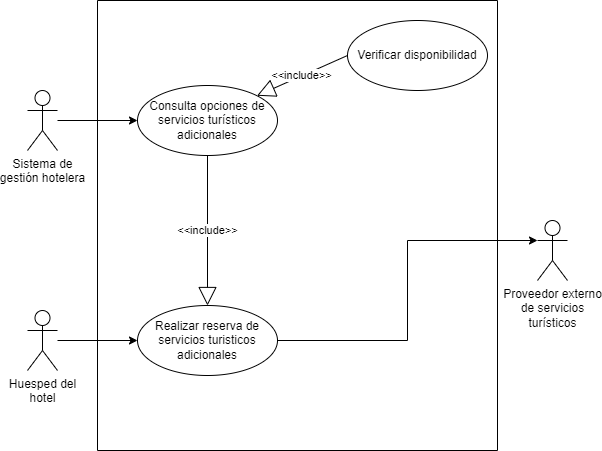
The draw.io diagram Imagenes/IE2_CU.png in EAFIT-Ingenieria-Software/HotelSuite, before a commit. Source tidied: cells renumbered, new cells last; positions are measured from the earlier drawing's top-left corner, leaving out a move shared by most shapes.
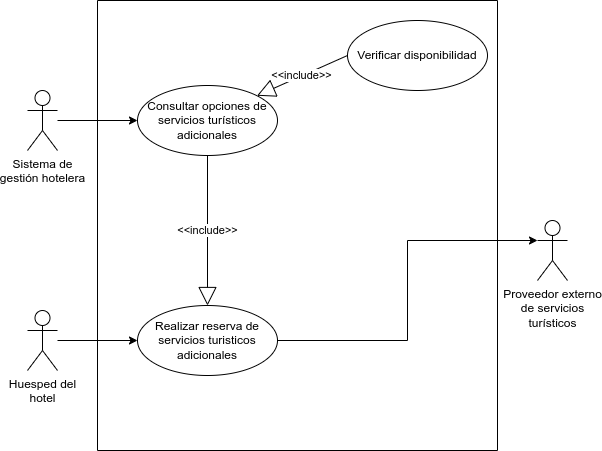
After the change.

Diff of the diagram source:
```diff
@@ -17,7 +17,7 @@
     <mxCell id="6" value="Realizar reserva de servicios turisticos adicionales" style="ellipse;whiteSpace=wrap;html=1;" parent="5" vertex="1">
       <mxGeometry x="40" y="305" width="140" height="70" as="geometry" />
     </mxCell>
-    <mxCell id="7" value="Consulta opciones de&lt;br/&gt;             servicios turísticos adicionales" style="ellipse;whiteSpace=wrap;html=1;" parent="5" vertex="1">
+    <mxCell id="7" value="Consultar opciones de&lt;br&gt;             servicios turísticos adicionales" style="ellipse;whiteSpace=wrap;html=1;" parent="5" vertex="1">
       <mxGeometry x="40" y="85" width="140" height="70" as="geometry" />
     </mxCell>
     <mxCell id="8" value="&amp;lt;&amp;lt;include&amp;gt;&amp;gt;" style="endArrow=block;endSize=16;endFill=0;html=1;rounded=0;exitX=0.5;exitY=1;exitDx=0;exitDy=0;" parent="5" edge="1" source="7" target="6">
```
